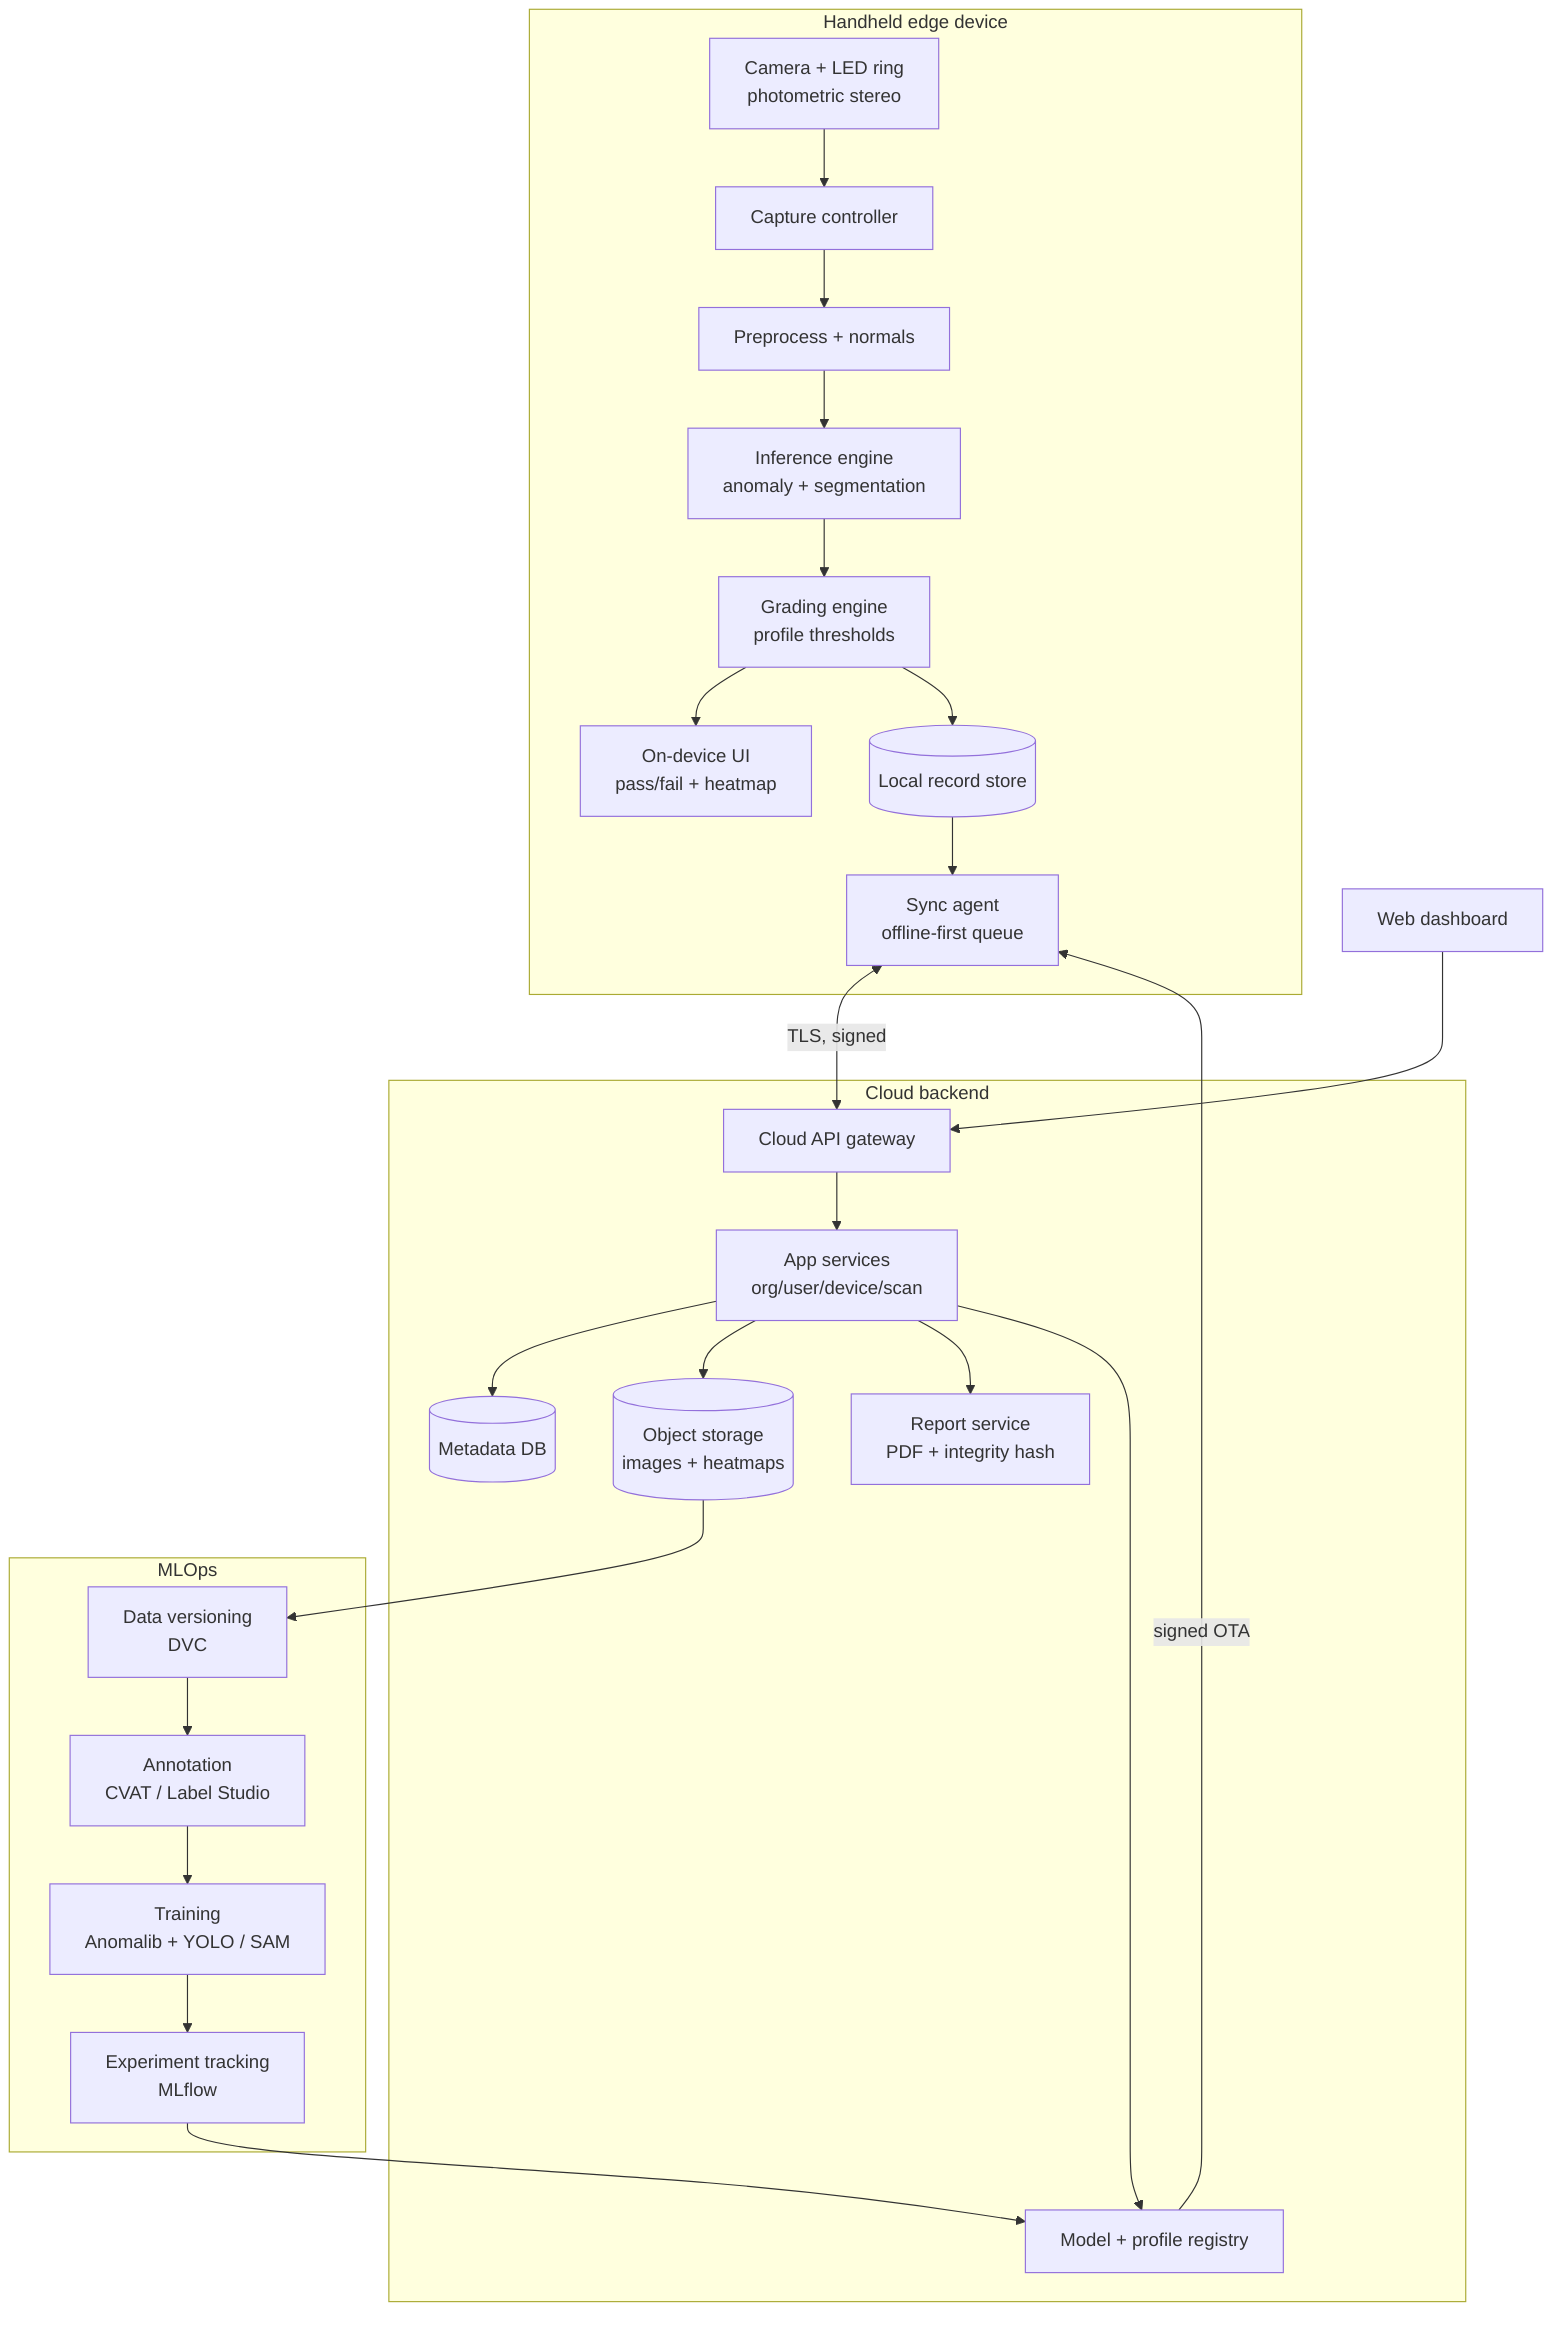
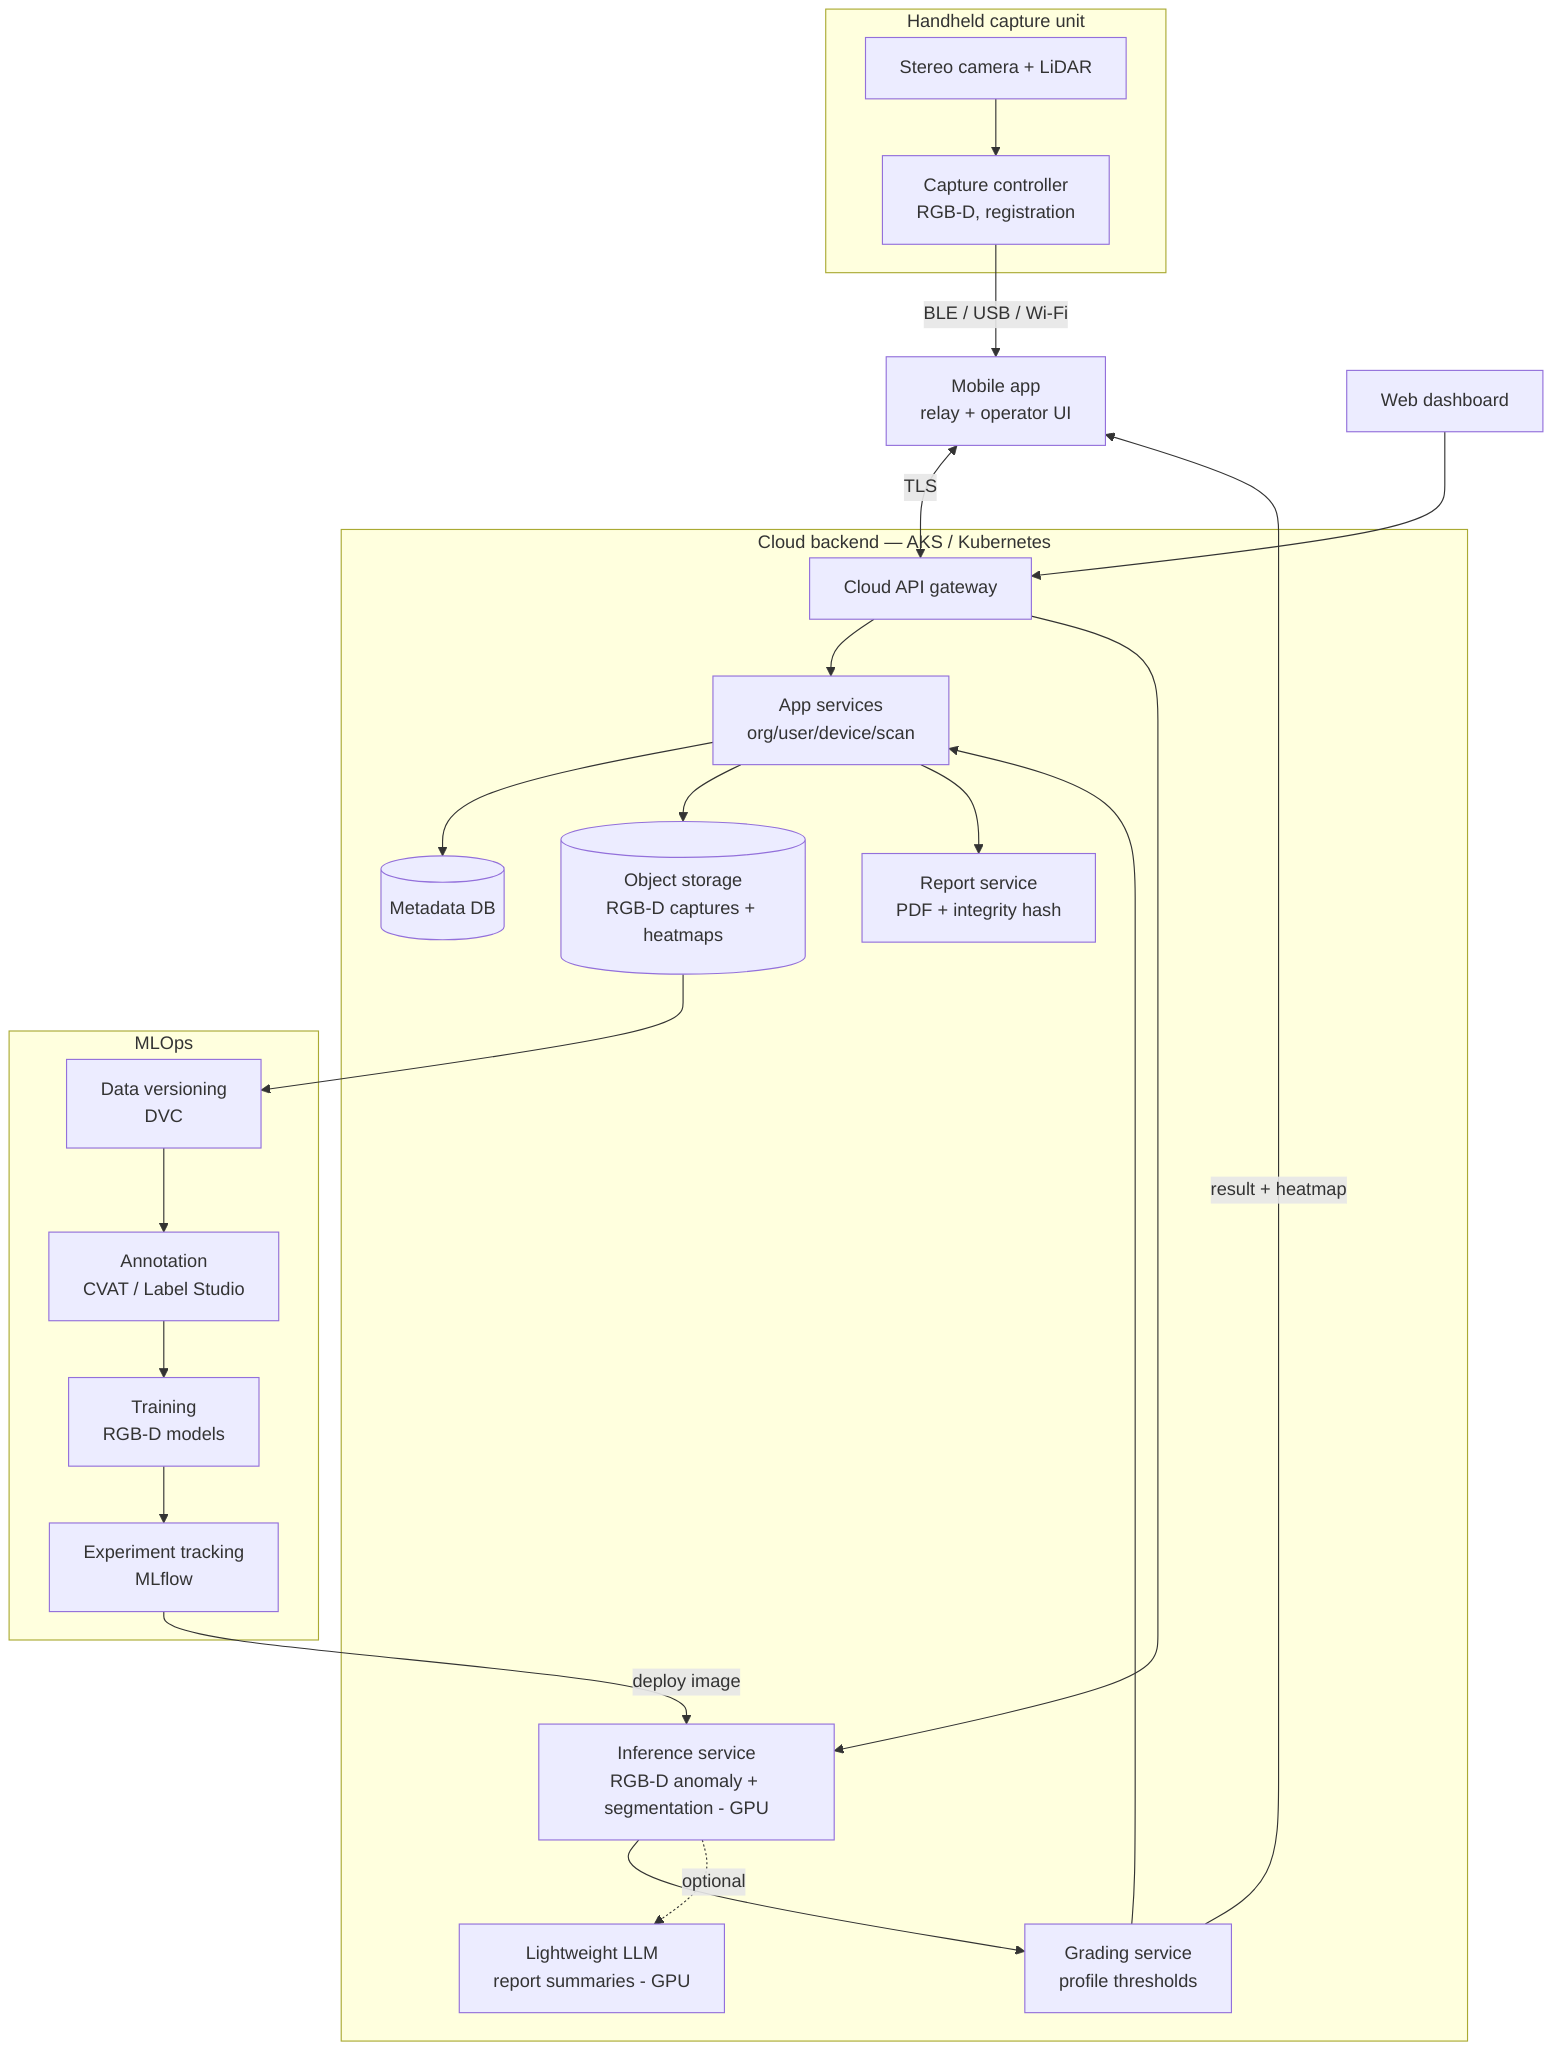
flowchart TD
-   subgraph Device[Handheld edge device]
-     CAM[Camera + LED ring\nphotometric stereo] --> CAP[Capture controller]
-     CAP --> PRE[Preprocess + normals]
-     PRE --> INF[Inference engine\nanomaly + segmentation]
-     INF --> GRD[Grading engine\nprofile thresholds]
-     GRD --> UI[On-device UI\npass/fail + heatmap]
-     GRD --> LDB[(Local record store)]
-     LDB --> SYNC[Sync agent\noffline-first queue]
+   subgraph Device[Handheld capture unit]
+     CAM[Stereo camera + LiDAR] --> CAP[Capture controller\nRGB-D, registration]
  end

-   SYNC <-->|TLS, signed| API[Cloud API gateway]
+   CAP -->|BLE / USB / Wi-Fi| MOB[Mobile app\nrelay + operator UI]
+   MOB <-->|TLS| API[Cloud API gateway]

-   subgraph Cloud[Cloud backend]
+   subgraph Cloud[Cloud backend — AKS / Kubernetes]
    API --> SVC[App services\norg/user/device/scan]
+     API --> INF[Inference service\nRGB-D anomaly + segmentation - GPU]
+     INF --> GRD[Grading service\nprofile thresholds]
+     GRD --> SVC
    SVC --> DB[(Metadata DB)]
-     SVC --> OBJ[(Object storage\nimages + heatmaps)]
+     SVC --> OBJ[(Object storage\nRGB-D captures + heatmaps)]
    SVC --> RPT[Report service\nPDF + integrity hash]
-     SVC --> REG[Model + profile registry]
-     REG -->|signed OTA| SYNC
+     INF -.optional.-> LLM[Lightweight LLM\nreport summaries - GPU]
  end

  DASH[Web dashboard] --> API
+   GRD -->|result + heatmap| MOB

  subgraph MLOps
    OBJ --> DVC[Data versioning\nDVC]
    DVC --> LBL[Annotation\nCVAT / Label Studio]
-     LBL --> TRN[Training\nAnomalib + YOLO / SAM]
+     LBL --> TRN[Training\nRGB-D models]
    TRN --> MLF[Experiment tracking\nMLflow]
-     MLF --> REG
+     MLF -->|deploy image| INF
  end
